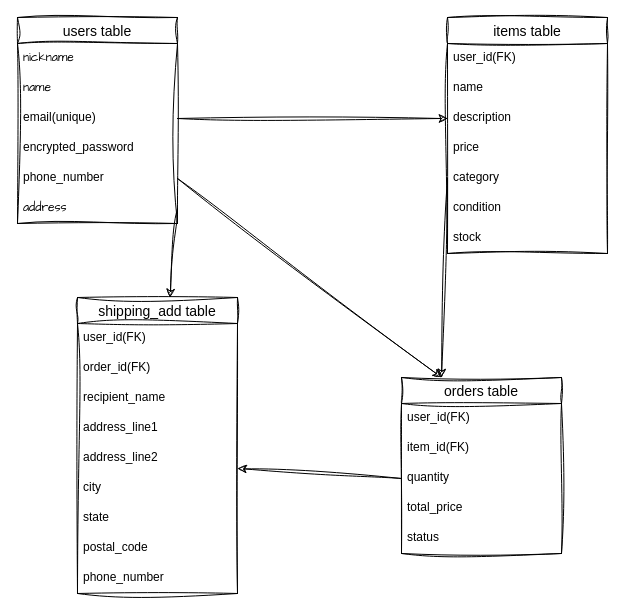
Earlier version of the draw.io diagram databaseER.dio (daichi1997/furima-41353). Source tidied: cells renumbered, new cells numbered last; positions are measured from the earlier drawing's top-left corner, leaving out a move shared by most shapes. Both pictures are drawn from the tidied source at 100%, with x=0, y=0 at pixel (17, 17).
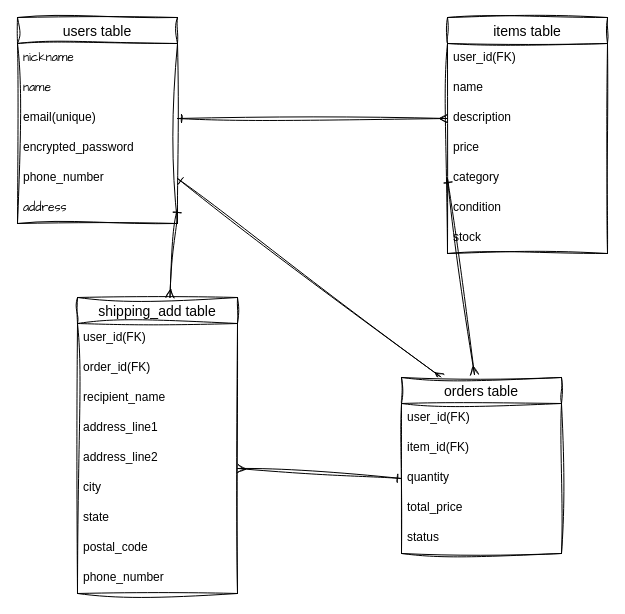
Above is the later version.

Unchanged cells that the change refers to:
```xml
<mxCell id="2" value="shipping_add table" style="swimlane;fontStyle=0;horizontal=1;startSize=26;align=center;fontSize=14;sketch=1;curveFitting=1;jiggle=2;" parent="1" vertex="1">
  <mxGeometry x="60" y="280" width="160" height="296" as="geometry" />
</mxCell>
<mxCell id="7" value="address_line2" style="text;strokeColor=none;fillColor=none;spacingLeft=4;spacingRight=4;overflow=hidden;points=[[0,0.5],[1,0.5]];portConstraint=eastwest;fontSize=12;sketch=1;curveFitting=1;jiggle=2;" parent="2" vertex="1">
  <mxGeometry y="146" width="160" height="30" as="geometry" />
</mxCell>
<mxCell id="15" value="description" style="text;strokeColor=none;fillColor=none;spacingLeft=4;spacingRight=4;overflow=hidden;points=[[0,0.5],[1,0.5]];portConstraint=eastwest;fontSize=12;sketch=1;curveFitting=1;jiggle=2;" parent="12" vertex="1">
  <mxGeometry y="86" width="160" height="30" as="geometry" />
</mxCell>
<mxCell id="17" value="category" style="text;strokeColor=none;fillColor=none;spacingLeft=4;spacingRight=4;overflow=hidden;points=[[0,0.5],[1,0.5]];portConstraint=eastwest;fontSize=12;sketch=1;curveFitting=1;jiggle=2;" parent="12" vertex="1">
  <mxGeometry y="146" width="160" height="30" as="geometry" />
</mxCell>
<mxCell id="23" value="email(unique)" style="text;strokeColor=none;fillColor=none;spacingLeft=4;spacingRight=4;overflow=hidden;points=[[0,0.5],[1,0.5]];portConstraint=eastwest;fontSize=12;sketch=1;curveFitting=1;jiggle=2;" parent="20" vertex="1">
  <mxGeometry y="86" width="160" height="30" as="geometry" />
</mxCell>
<mxCell id="25" value="phone_number" style="text;strokeColor=none;fillColor=none;spacingLeft=4;spacingRight=4;overflow=hidden;points=[[0,0.5],[1,0.5]];portConstraint=eastwest;fontSize=12;sketch=1;curveFitting=1;jiggle=2;" parent="20" vertex="1">
  <mxGeometry y="146" width="160" height="30" as="geometry" />
</mxCell>
<mxCell id="26" value="address" style="text;strokeColor=none;fillColor=none;spacingLeft=4;spacingRight=4;overflow=hidden;points=[[0,0.5],[1,0.5]];portConstraint=eastwest;fontSize=12;sketch=1;hachureGap=4;jiggle=2;curveFitting=1;fontFamily=Architects Daughter;" parent="20" vertex="1">
  <mxGeometry y="176" width="160" height="30" as="geometry" />
</mxCell>
<mxCell id="29" value="orders table" style="swimlane;fontStyle=0;horizontal=1;startSize=26;align=center;fontSize=14;sketch=1;curveFitting=1;jiggle=2;" parent="1" vertex="1">
  <mxGeometry x="384" y="360" width="160" height="176" as="geometry" />
</mxCell>
<mxCell id="32" value="quantity" style="text;strokeColor=none;fillColor=none;spacingLeft=4;spacingRight=4;overflow=hidden;points=[[0,0.5],[1,0.5]];portConstraint=eastwest;fontSize=12;sketch=1;curveFitting=1;jiggle=2;" parent="29" vertex="1">
  <mxGeometry y="86" width="160" height="30" as="geometry" />
</mxCell>
```

Change to the diagram source:
```diff
@@
-    <mxCell id="27" style="edgeStyle=none;sketch=1;hachureGap=4;jiggle=2;curveFitting=1;html=1;exitX=1;exitY=0.5;exitDx=0;exitDy=0;entryX=0;entryY=0.5;entryDx=0;entryDy=0;fontFamily=Architects Daughter;fontSize=16;" parent="1" edge="1" source="23" target="15">
-      <mxGeometry relative="1" as="geometry" />
+    <mxCell id="27" style="edgeStyle=none;sketch=1;hachureGap=4;jiggle=2;curveFitting=1;html=1;exitX=1;exitY=0.5;exitDx=0;exitDy=0;fontFamily=Architects Daughter;fontSize=16;endArrow=ERmany;endFill=0;startSize=6;startArrow=ERone;startFill=0;" parent="1" edge="1" source="23">
+      <mxGeometry relative="1" as="geometry">
+        <mxPoint x="430" y="101" as="targetPoint" />
+      </mxGeometry>
     </mxCell>
-    <mxCell id="28" style="edgeStyle=none;sketch=1;hachureGap=4;jiggle=2;curveFitting=1;html=1;exitX=1;exitY=0.5;exitDx=0;exitDy=0;entryX=0.25;entryY=0;entryDx=0;entryDy=0;fontFamily=Architects Daughter;fontSize=16;" parent="1" edge="1" source="25" target="29">
+    <mxCell id="28" style="edgeStyle=none;sketch=1;hachureGap=4;jiggle=2;curveFitting=1;html=1;exitX=1;exitY=0.5;exitDx=0;exitDy=0;entryX=0.25;entryY=0;entryDx=0;entryDy=0;fontFamily=Architects Daughter;fontSize=16;endArrow=ERmany;endFill=0;startArrow=ERone;startFill=0;" parent="1" edge="1" source="25" target="29">
       <mxGeometry relative="1" as="geometry" />
     </mxCell>
@@
-    <mxCell id="35" style="edgeStyle=none;sketch=1;hachureGap=4;jiggle=2;curveFitting=1;html=1;exitX=1;exitY=0.5;exitDx=0;exitDy=0;fontFamily=Architects Daughter;fontSize=16;" parent="1" edge="1" source="26" target="2">
+    <mxCell id="35" style="edgeStyle=none;sketch=1;hachureGap=4;jiggle=2;curveFitting=1;html=1;exitX=1;exitY=0.5;exitDx=0;exitDy=0;fontFamily=Architects Daughter;fontSize=16;endArrow=ERmany;endFill=0;startArrow=ERone;startFill=0;" parent="1" edge="1" source="26" target="2">
       <mxGeometry relative="1" as="geometry" />
     </mxCell>
-    <mxCell id="36" style="edgeStyle=none;sketch=1;hachureGap=4;jiggle=2;curveFitting=1;html=1;exitX=0;exitY=0.5;exitDx=0;exitDy=0;fontFamily=Architects Daughter;fontSize=16;entryX=0.25;entryY=0;entryDx=0;entryDy=0;" parent="1" edge="1" source="17" target="29">
+    <mxCell id="36" style="edgeStyle=none;sketch=1;hachureGap=4;jiggle=2;curveFitting=1;html=1;exitX=0;exitY=0.5;exitDx=0;exitDy=0;fontFamily=Architects Daughter;fontSize=16;entryX=0.456;entryY=-0.017;entryDx=0;entryDy=0;entryPerimeter=0;startArrow=ERone;startFill=0;endArrow=ERmany;endFill=0;" parent="1" edge="1" source="17" target="29">
       <mxGeometry relative="1" as="geometry" />
     </mxCell>
-    <mxCell id="37" style="edgeStyle=none;sketch=1;hachureGap=4;jiggle=2;curveFitting=1;html=1;exitX=0;exitY=0.5;exitDx=0;exitDy=0;entryX=1.002;entryY=0.833;entryDx=0;entryDy=0;entryPerimeter=0;fontFamily=Architects Daughter;fontSize=16;" parent="1" edge="1" source="32" target="7">
+    <mxCell id="37" style="edgeStyle=none;sketch=1;hachureGap=4;jiggle=2;curveFitting=1;html=1;exitX=0;exitY=0.5;exitDx=0;exitDy=0;entryX=1.002;entryY=0.833;entryDx=0;entryDy=0;entryPerimeter=0;fontFamily=Architects Daughter;fontSize=16;startArrow=ERone;startFill=0;endArrow=ERmany;endFill=0;" parent="1" edge="1" source="32" target="7">
       <mxGeometry relative="1" as="geometry" />
     </mxCell>
```
